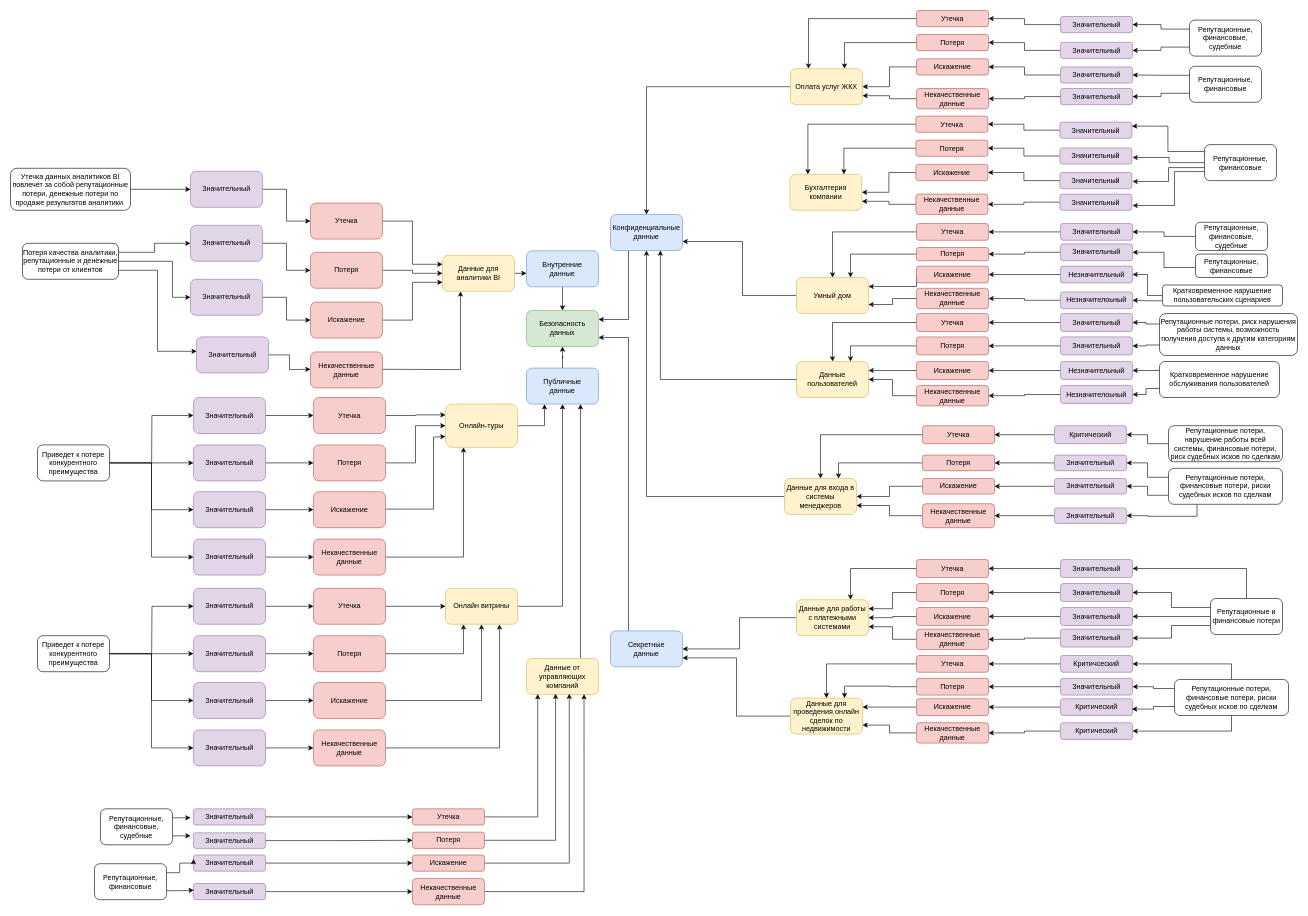
Before: Task1/mindmap.drawio in malyariv/architecture-propdevelopment, a draw.io diagram. Source tidied: cells renumbered, new cells numbered last; positions are measured from the earlier drawing's top-left corner, leaving out a move shared by most shapes. Both pictures are drawn from the tidied source at 60%, with x=0, y=0 at pixel (10, 10).
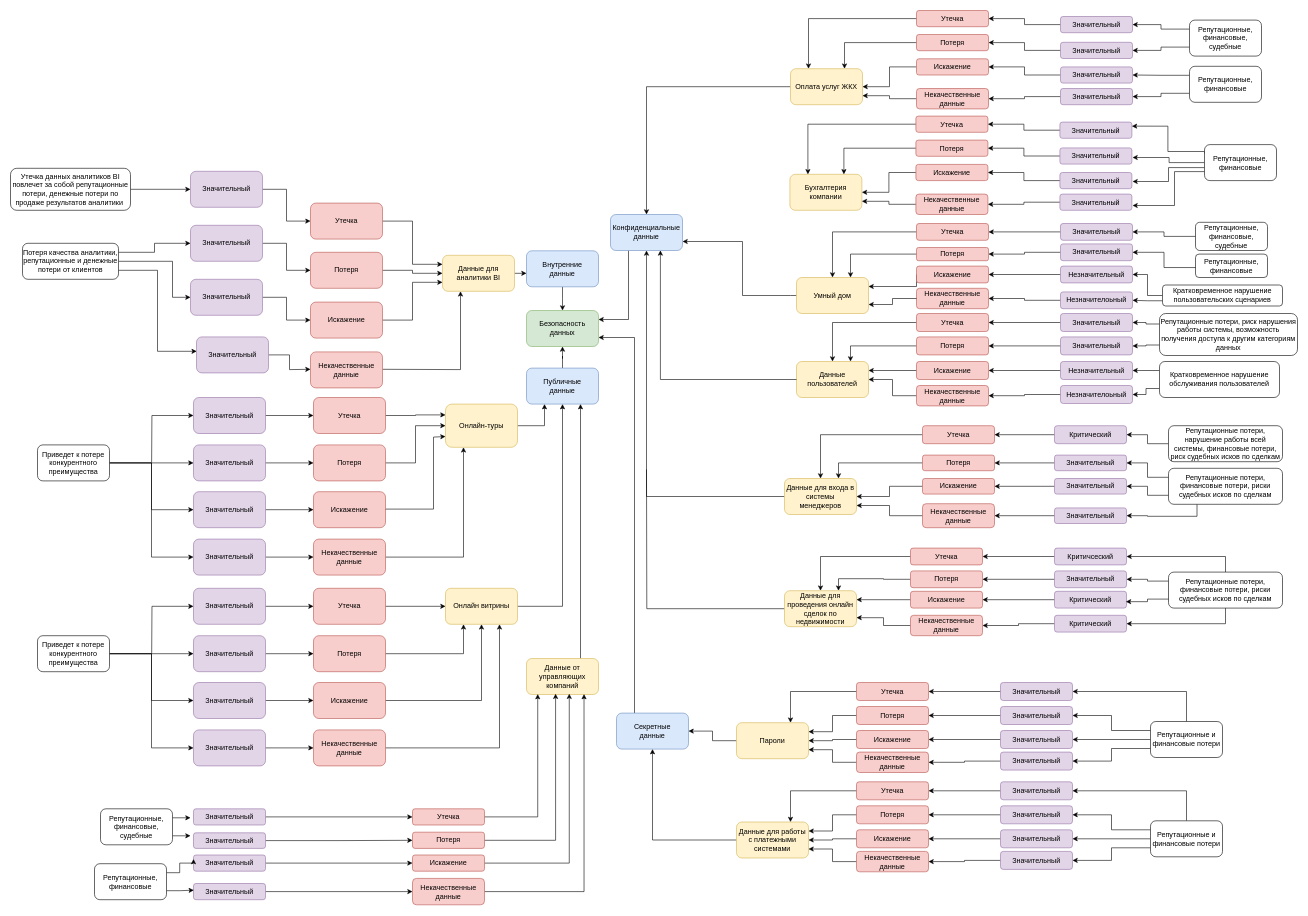
The same diagram, later.

What changed in the source:
```diff
@@
     <mxCell id="10" value="Секретные&lt;div&gt;данные&lt;/div&gt;" style="rounded=1;whiteSpace=wrap;html=1;fillColor=#dae8fc;strokeColor=#6c8ebf;" parent="1" vertex="1">
-      <mxGeometry x="1000" y="1034" width="120" height="60" as="geometry" />
+      <mxGeometry x="1010" y="1171" width="120" height="60" as="geometry" />
     </mxCell>
@@
-    <mxCell id="13" style="edgeStyle=orthogonalEdgeStyle;rounded=0;jettySize=auto;html=1;exitX=0;exitY=0.5;exitDx=0;exitDy=0;entryX=1;entryY=0.75;entryDx=0;entryDy=0;" parent="1" edge="1" source="14" target="10">
-      <mxGeometry relative="1" as="geometry" />
-    </mxCell>
+    <mxCell id="270" style="edgeStyle=orthogonalEdgeStyle;rounded=0;jettySize=auto;html=1;exitX=0;exitY=0.5;exitDx=0;exitDy=0;endArrow=none;endFill=0;" parent="1" edge="1" source="14">
+      <mxGeometry relative="1" as="geometry">
+        <mxPoint x="1060" y="765" as="targetPoint" />
+      </mxGeometry>
+    </mxCell>
     <mxCell id="14" value="Данные для проведения онлайн сделок по недвижимости" style="rounded=1;whiteSpace=wrap;html=1;fillColor=#fff2cc;strokeColor=#d6b656;" parent="1" vertex="1">
-      <mxGeometry x="1300" y="1146" width="120" height="60" as="geometry" />
+      <mxGeometry x="1290" y="967" width="120" height="60" as="geometry" />
     </mxCell>
@@
-    <mxCell id="26" style="edgeStyle=orthogonalEdgeStyle;rounded=0;jettySize=auto;html=1;exitX=0;exitY=0.5;exitDx=0;exitDy=0;entryX=1;entryY=0.5;entryDx=0;entryDy=0;" parent="1" edge="1" source="27" target="10">
+    <mxCell id="26" style="edgeStyle=orthogonalEdgeStyle;rounded=0;jettySize=auto;html=1;exitX=0;exitY=0.5;exitDx=0;exitDy=0;entryX=0.5;entryY=1;entryDx=0;entryDy=0;" parent="1" edge="1" source="27" target="10">
       <mxGeometry relative="1" as="geometry" />
     </mxCell>
     <mxCell id="27" value="Данные для работы с платежными системами" style="rounded=1;whiteSpace=wrap;html=1;fillColor=#fff2cc;strokeColor=#d6b656;" parent="1" vertex="1">
-      <mxGeometry x="1310" y="982" width="120" height="60" as="geometry" />
+      <mxGeometry x="1210" y="1352.5" width="120" height="60" as="geometry" />
     </mxCell>
@@
     <mxCell id="117" value="Утечка" style="rounded=1;whiteSpace=wrap;html=1;fillColor=#f8cecc;strokeColor=#b85450;" parent="1" vertex="1">
-      <mxGeometry x="1510" y="1075" width="120" height="28" as="geometry" />
+      <mxGeometry x="1500" y="896" width="120" height="28" as="geometry" />
     </mxCell>
@@
     <mxCell id="119" value="Потеря" style="rounded=1;whiteSpace=wrap;html=1;fillColor=#f8cecc;strokeColor=#b85450;" parent="1" vertex="1">
-      <mxGeometry x="1510" y="1113" width="120" height="28" as="geometry" />
+      <mxGeometry x="1500" y="934" width="120" height="28" as="geometry" />
     </mxCell>
@@
     <mxCell id="121" value="Искажение" style="rounded=1;whiteSpace=wrap;html=1;fillColor=#f8cecc;strokeColor=#b85450;" parent="1" vertex="1">
-      <mxGeometry x="1510" y="1147" width="120" height="28" as="geometry" />
+      <mxGeometry x="1500" y="968" width="120" height="28" as="geometry" />
     </mxCell>
@@
     <mxCell id="123" value="Некачественные данные" style="rounded=1;whiteSpace=wrap;html=1;fillColor=#f8cecc;strokeColor=#b85450;" parent="1" vertex="1">
-      <mxGeometry x="1510" y="1187" width="120" height="34" as="geometry" />
+      <mxGeometry x="1500" y="1008" width="120" height="34" as="geometry" />
     </mxCell>
@@
     <mxCell id="125" value="Критический" style="rounded=1;whiteSpace=wrap;html=1;fillColor=#e1d5e7;strokeColor=#9673a6;" parent="1" vertex="1">
-      <mxGeometry x="1750" y="1187" width="120" height="28" as="geometry" />
+      <mxGeometry x="1740" y="1008" width="120" height="28" as="geometry" />
     </mxCell>
@@
     <mxCell id="127" value="Критический" style="rounded=1;whiteSpace=wrap;html=1;fillColor=#e1d5e7;strokeColor=#9673a6;" parent="1" vertex="1">
-      <mxGeometry x="1750" y="1147" width="120" height="28" as="geometry" />
+      <mxGeometry x="1740" y="968" width="120" height="28" as="geometry" />
     </mxCell>
@@
     <mxCell id="129" value="Значительный" style="rounded=1;whiteSpace=wrap;html=1;fillColor=#e1d5e7;strokeColor=#9673a6;" parent="1" vertex="1">
-      <mxGeometry x="1750" y="1113" width="120" height="28" as="geometry" />
+      <mxGeometry x="1740" y="934" width="120" height="28" as="geometry" />
     </mxCell>
@@
     <mxCell id="131" value="Критичсеский" style="rounded=1;whiteSpace=wrap;html=1;fillColor=#e1d5e7;strokeColor=#9673a6;" parent="1" vertex="1">
-      <mxGeometry x="1750" y="1075" width="120" height="28" as="geometry" />
+      <mxGeometry x="1740" y="896" width="120" height="28" as="geometry" />
     </mxCell>
@@
     <mxCell id="134" style="edgeStyle=orthogonalEdgeStyle;rounded=0;jettySize=auto;html=1;entryX=1;entryY=0.5;entryDx=0;entryDy=0;exitX=0.5;exitY=1;exitDx=0;exitDy=0;" parent="1" edge="1" source="135" target="125">
       <mxGeometry relative="1" as="geometry">
         <Array as="points">
-          <mxPoint x="2035" y="1201" />
+          <mxPoint x="2025" y="1022" />
         </Array>
       </mxGeometry>
     </mxCell>
     <mxCell id="135" value="Репутационные потери, финансовые потери, риски судебных исков по сделкам" style="rounded=1;whiteSpace=wrap;html=1;" parent="1" vertex="1">
-      <mxGeometry x="1940" y="1115" width="190" height="60" as="geometry" />
+      <mxGeometry x="1930" y="936" width="190" height="60" as="geometry" />
     </mxCell>
@@
     <mxCell id="138" value="Утечка" style="rounded=1;whiteSpace=wrap;html=1;fillColor=#f8cecc;strokeColor=#b85450;" parent="1" vertex="1">
-      <mxGeometry x="1510" y="915" width="120" height="30" as="geometry" />
+      <mxGeometry x="1410" y="1285.5" width="120" height="30" as="geometry" />
     </mxCell>
@@
     <mxCell id="140" value="Потеря" style="rounded=1;whiteSpace=wrap;html=1;fillColor=#f8cecc;strokeColor=#b85450;" parent="1" vertex="1">
-      <mxGeometry x="1510" y="955" width="120" height="30" as="geometry" />
+      <mxGeometry x="1410" y="1325.5" width="120" height="30" as="geometry" />
     </mxCell>
@@
     <mxCell id="142" value="Искажение" style="rounded=1;whiteSpace=wrap;html=1;fillColor=#f8cecc;strokeColor=#b85450;" parent="1" vertex="1">
-      <mxGeometry x="1510" y="995" width="120" height="30" as="geometry" />
+      <mxGeometry x="1410" y="1365.5" width="120" height="30" as="geometry" />
     </mxCell>
@@
     <mxCell id="144" value="Некачественные данные" style="rounded=1;whiteSpace=wrap;html=1;fillColor=#f8cecc;strokeColor=#b85450;" parent="1" vertex="1">
-      <mxGeometry x="1510" y="1031" width="120" height="34" as="geometry" />
+      <mxGeometry x="1410" y="1401.5" width="120" height="34" as="geometry" />
     </mxCell>
@@
     <mxCell id="146" value="Значительный" style="rounded=1;whiteSpace=wrap;html=1;fillColor=#e1d5e7;strokeColor=#9673a6;" parent="1" vertex="1">
-      <mxGeometry x="1750" y="1031" width="120" height="30" as="geometry" />
+      <mxGeometry x="1650" y="1401.5" width="120" height="30" as="geometry" />
     </mxCell>
@@
     <mxCell id="148" value="Значительный" style="rounded=1;whiteSpace=wrap;html=1;fillColor=#e1d5e7;strokeColor=#9673a6;" parent="1" vertex="1">
-      <mxGeometry x="1750" y="995" width="120" height="30" as="geometry" />
+      <mxGeometry x="1650" y="1365.5" width="120" height="30" as="geometry" />
     </mxCell>
@@
     <mxCell id="150" value="Значительный" style="rounded=1;whiteSpace=wrap;html=1;fillColor=#e1d5e7;strokeColor=#9673a6;" parent="1" vertex="1">
-      <mxGeometry x="1750" y="955" width="120" height="30" as="geometry" />
+      <mxGeometry x="1650" y="1325.5" width="120" height="30" as="geometry" />
     </mxCell>
@@
     <mxCell id="152" value="Значительный" style="rounded=1;whiteSpace=wrap;html=1;fillColor=#e1d5e7;strokeColor=#9673a6;" parent="1" vertex="1">
-      <mxGeometry x="1750" y="915" width="120" height="30" as="geometry" />
+      <mxGeometry x="1650" y="1285.5" width="120" height="30" as="geometry" />
     </mxCell>
@@
     <mxCell id="157" value="Репутационные и финансовые потери" style="rounded=1;whiteSpace=wrap;html=1;" parent="1" vertex="1">
-      <mxGeometry x="2000" y="980" width="120" height="60" as="geometry" />
+      <mxGeometry x="1900" y="1350.5" width="120" height="60" as="geometry" />
     </mxCell>
@@
+    <mxCell id="271" style="edgeStyle=orthogonalEdgeStyle;rounded=0;jettySize=auto;html=1;exitX=0;exitY=0.5;exitDx=0;exitDy=0;entryX=1;entryY=0.5;entryDx=0;entryDy=0;" parent="1" edge="1" source="272" target="10">
+      <mxGeometry relative="1" as="geometry" />
+    </mxCell>
+    <mxCell id="272" value="Пароли" style="rounded=1;whiteSpace=wrap;html=1;fillColor=#fff2cc;strokeColor=#d6b656;" parent="1" vertex="1">
+      <mxGeometry x="1210" y="1187" width="120" height="60" as="geometry" />
+    </mxCell>
+    <mxCell id="273" style="edgeStyle=orthogonalEdgeStyle;rounded=0;jettySize=auto;html=1;exitX=0;exitY=0.5;exitDx=0;exitDy=0;entryX=0.75;entryY=0;entryDx=0;entryDy=0;" parent="1" edge="1" source="274" target="272">
+      <mxGeometry relative="1" as="geometry" />
+    </mxCell>
+    <mxCell id="274" value="Утечка" style="rounded=1;whiteSpace=wrap;html=1;fillColor=#f8cecc;strokeColor=#b85450;" parent="1" vertex="1">
+      <mxGeometry x="1410" y="1120" width="120" height="30" as="geometry" />
+    </mxCell>
+    <mxCell id="275" style="edgeStyle=orthogonalEdgeStyle;rounded=0;jettySize=auto;html=1;exitX=0;exitY=0.5;exitDx=0;exitDy=0;entryX=1;entryY=0.25;entryDx=0;entryDy=0;" parent="1" edge="1" source="276" target="272">
+      <mxGeometry relative="1" as="geometry" />
+    </mxCell>
+    <mxCell id="276" value="Потеря" style="rounded=1;whiteSpace=wrap;html=1;fillColor=#f8cecc;strokeColor=#b85450;" parent="1" vertex="1">
+      <mxGeometry x="1410" y="1160" width="120" height="30" as="geometry" />
+    </mxCell>
+    <mxCell id="277" style="edgeStyle=orthogonalEdgeStyle;rounded=0;jettySize=auto;html=1;exitX=0;exitY=0.5;exitDx=0;exitDy=0;entryX=1;entryY=0.5;entryDx=0;entryDy=0;" parent="1" edge="1" source="278" target="272">
+      <mxGeometry relative="1" as="geometry" />
+    </mxCell>
+    <mxCell id="278" value="Искажение" style="rounded=1;whiteSpace=wrap;html=1;fillColor=#f8cecc;strokeColor=#b85450;" parent="1" vertex="1">
+      <mxGeometry x="1410" y="1200" width="120" height="30" as="geometry" />
+    </mxCell>
+    <mxCell id="279" style="edgeStyle=orthogonalEdgeStyle;rounded=0;jettySize=auto;html=1;exitX=0;exitY=0.5;exitDx=0;exitDy=0;entryX=1;entryY=0.75;entryDx=0;entryDy=0;" parent="1" edge="1" source="280" target="272">
+      <mxGeometry relative="1" as="geometry" />
+    </mxCell>
+    <mxCell id="280" value="Некачественные данные" style="rounded=1;whiteSpace=wrap;html=1;fillColor=#f8cecc;strokeColor=#b85450;" parent="1" vertex="1">
+      <mxGeometry x="1410" y="1236" width="120" height="34" as="geometry" />
+    </mxCell>
+    <mxCell id="281" style="edgeStyle=orthogonalEdgeStyle;rounded=0;jettySize=auto;html=1;" parent="1" edge="1" source="282" target="280">
+      <mxGeometry relative="1" as="geometry" />
+    </mxCell>
+    <mxCell id="282" value="Значительный" style="rounded=1;whiteSpace=wrap;html=1;fillColor=#e1d5e7;strokeColor=#9673a6;" parent="1" vertex="1">
+      <mxGeometry x="1650" y="1236" width="120" height="30" as="geometry" />
+    </mxCell>
+    <mxCell id="283" style="edgeStyle=orthogonalEdgeStyle;rounded=0;jettySize=auto;html=1;" parent="1" edge="1" source="284" target="278">
+      <mxGeometry relative="1" as="geometry" />
+    </mxCell>
+    <mxCell id="284" value="Значительный" style="rounded=1;whiteSpace=wrap;html=1;fillColor=#e1d5e7;strokeColor=#9673a6;" parent="1" vertex="1">
+      <mxGeometry x="1650" y="1200" width="120" height="30" as="geometry" />
+    </mxCell>
+    <mxCell id="285" style="edgeStyle=orthogonalEdgeStyle;rounded=0;jettySize=auto;html=1;" parent="1" edge="1" source="286" target="276">
+      <mxGeometry relative="1" as="geometry" />
+    </mxCell>
+    <mxCell id="286" value="Значительный" style="rounded=1;whiteSpace=wrap;html=1;fillColor=#e1d5e7;strokeColor=#9673a6;" parent="1" vertex="1">
+      <mxGeometry x="1650" y="1160" width="120" height="30" as="geometry" />
+    </mxCell>
+    <mxCell id="287" style="edgeStyle=orthogonalEdgeStyle;rounded=0;jettySize=auto;html=1;" parent="1" edge="1" source="288" target="274">
+      <mxGeometry relative="1" as="geometry" />
+    </mxCell>
+    <mxCell id="288" value="Значительный" style="rounded=1;whiteSpace=wrap;html=1;fillColor=#e1d5e7;strokeColor=#9673a6;" parent="1" vertex="1">
+      <mxGeometry x="1650" y="1120" width="120" height="30" as="geometry" />
+    </mxCell>
+    <mxCell id="289" style="edgeStyle=orthogonalEdgeStyle;rounded=0;jettySize=auto;html=1;exitX=0;exitY=0.25;exitDx=0;exitDy=0;entryX=1;entryY=0.5;entryDx=0;entryDy=0;" parent="1" edge="1" source="293" target="286">
+      <mxGeometry relative="1" as="geometry" />
+    </mxCell>
+    <mxCell id="290" style="edgeStyle=orthogonalEdgeStyle;rounded=0;jettySize=auto;html=1;exitX=0;exitY=0.5;exitDx=0;exitDy=0;entryX=1;entryY=0.5;entryDx=0;entryDy=0;" parent="1" edge="1" source="293" target="284">
+      <mxGeometry relative="1" as="geometry" />
+    </mxCell>
+    <mxCell id="291" style="edgeStyle=orthogonalEdgeStyle;rounded=0;jettySize=auto;html=1;exitX=0.5;exitY=0;exitDx=0;exitDy=0;entryX=1;entryY=0.5;entryDx=0;entryDy=0;" parent="1" edge="1" source="293" target="288">
+      <mxGeometry relative="1" as="geometry" />
+    </mxCell>
+    <mxCell id="292" style="edgeStyle=orthogonalEdgeStyle;rounded=0;jettySize=auto;html=1;exitX=0;exitY=0.75;exitDx=0;exitDy=0;entryX=1;entryY=0.5;entryDx=0;entryDy=0;" parent="1" edge="1" source="293" target="282">
+      <mxGeometry relative="1" as="geometry" />
+    </mxCell>
+    <mxCell id="293" value="Репутационные и финансовые потери" style="rounded=1;whiteSpace=wrap;html=1;" parent="1" vertex="1">
+      <mxGeometry x="1900" y="1185" width="120" height="60" as="geometry" />
+    </mxCell>
```
